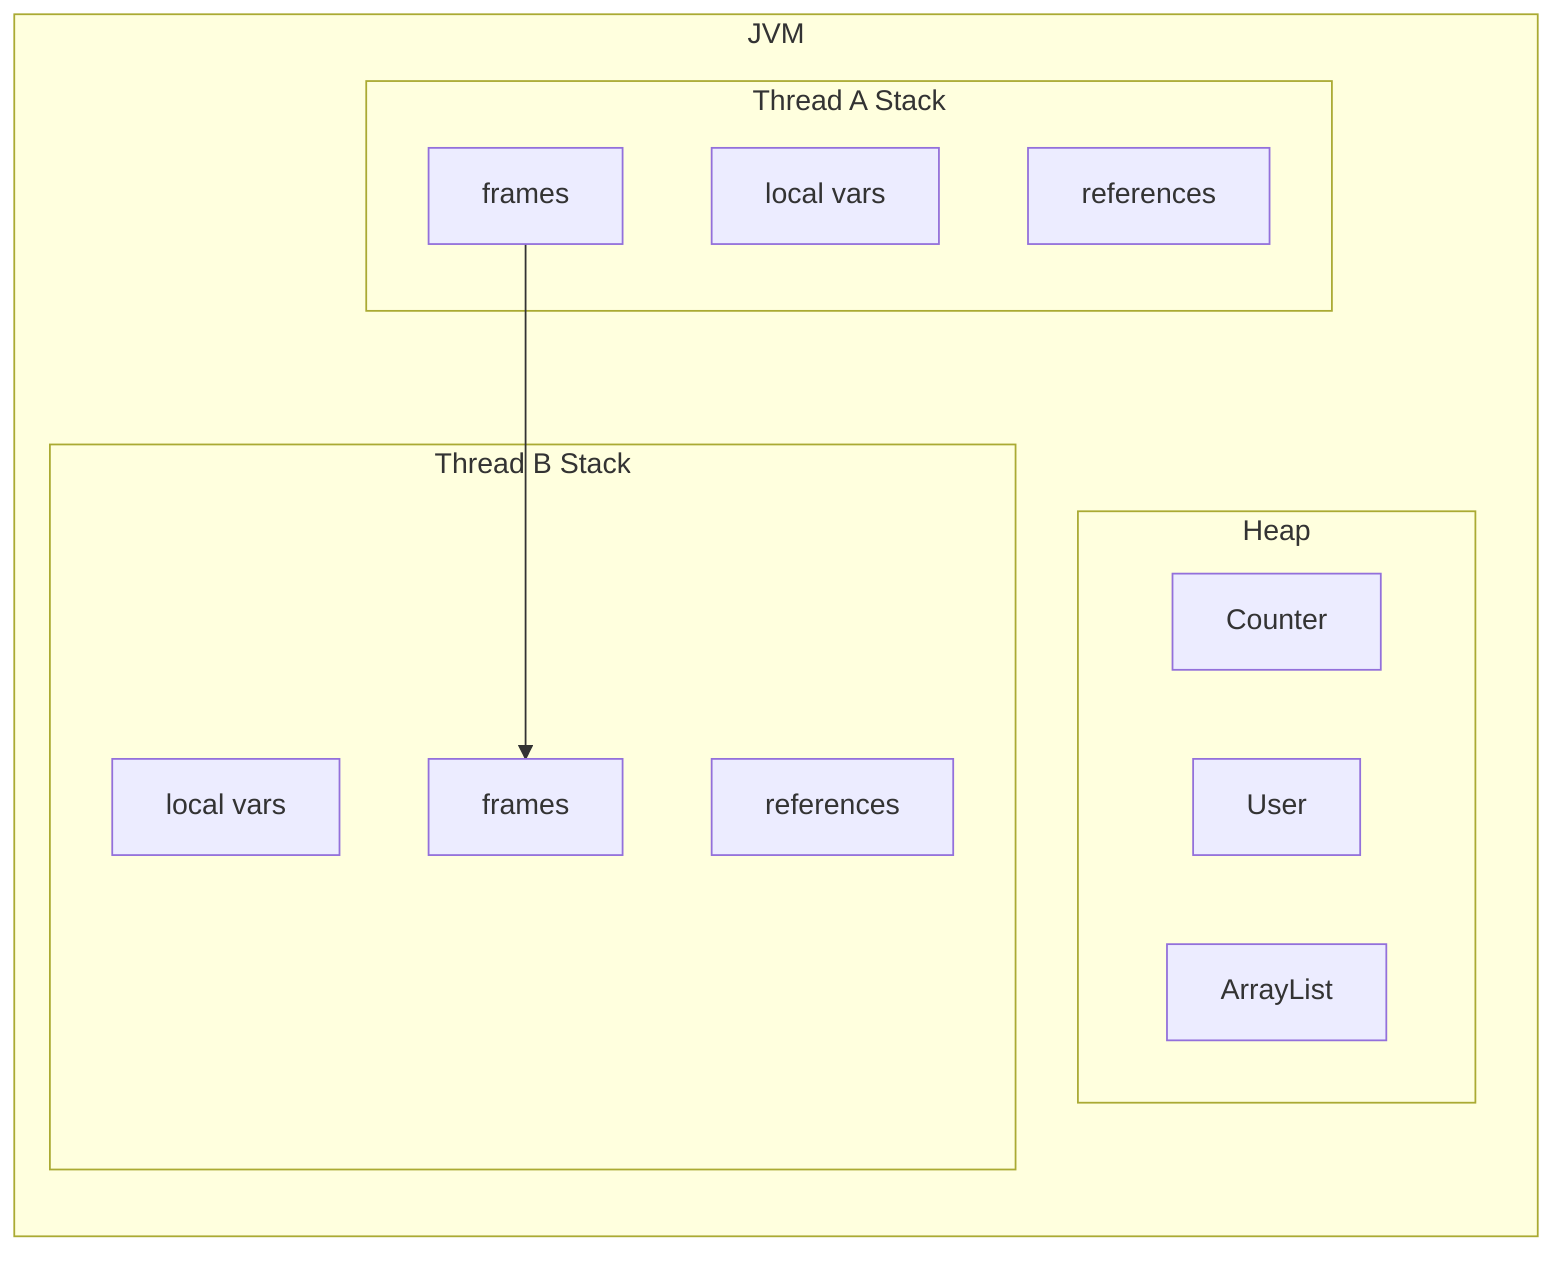
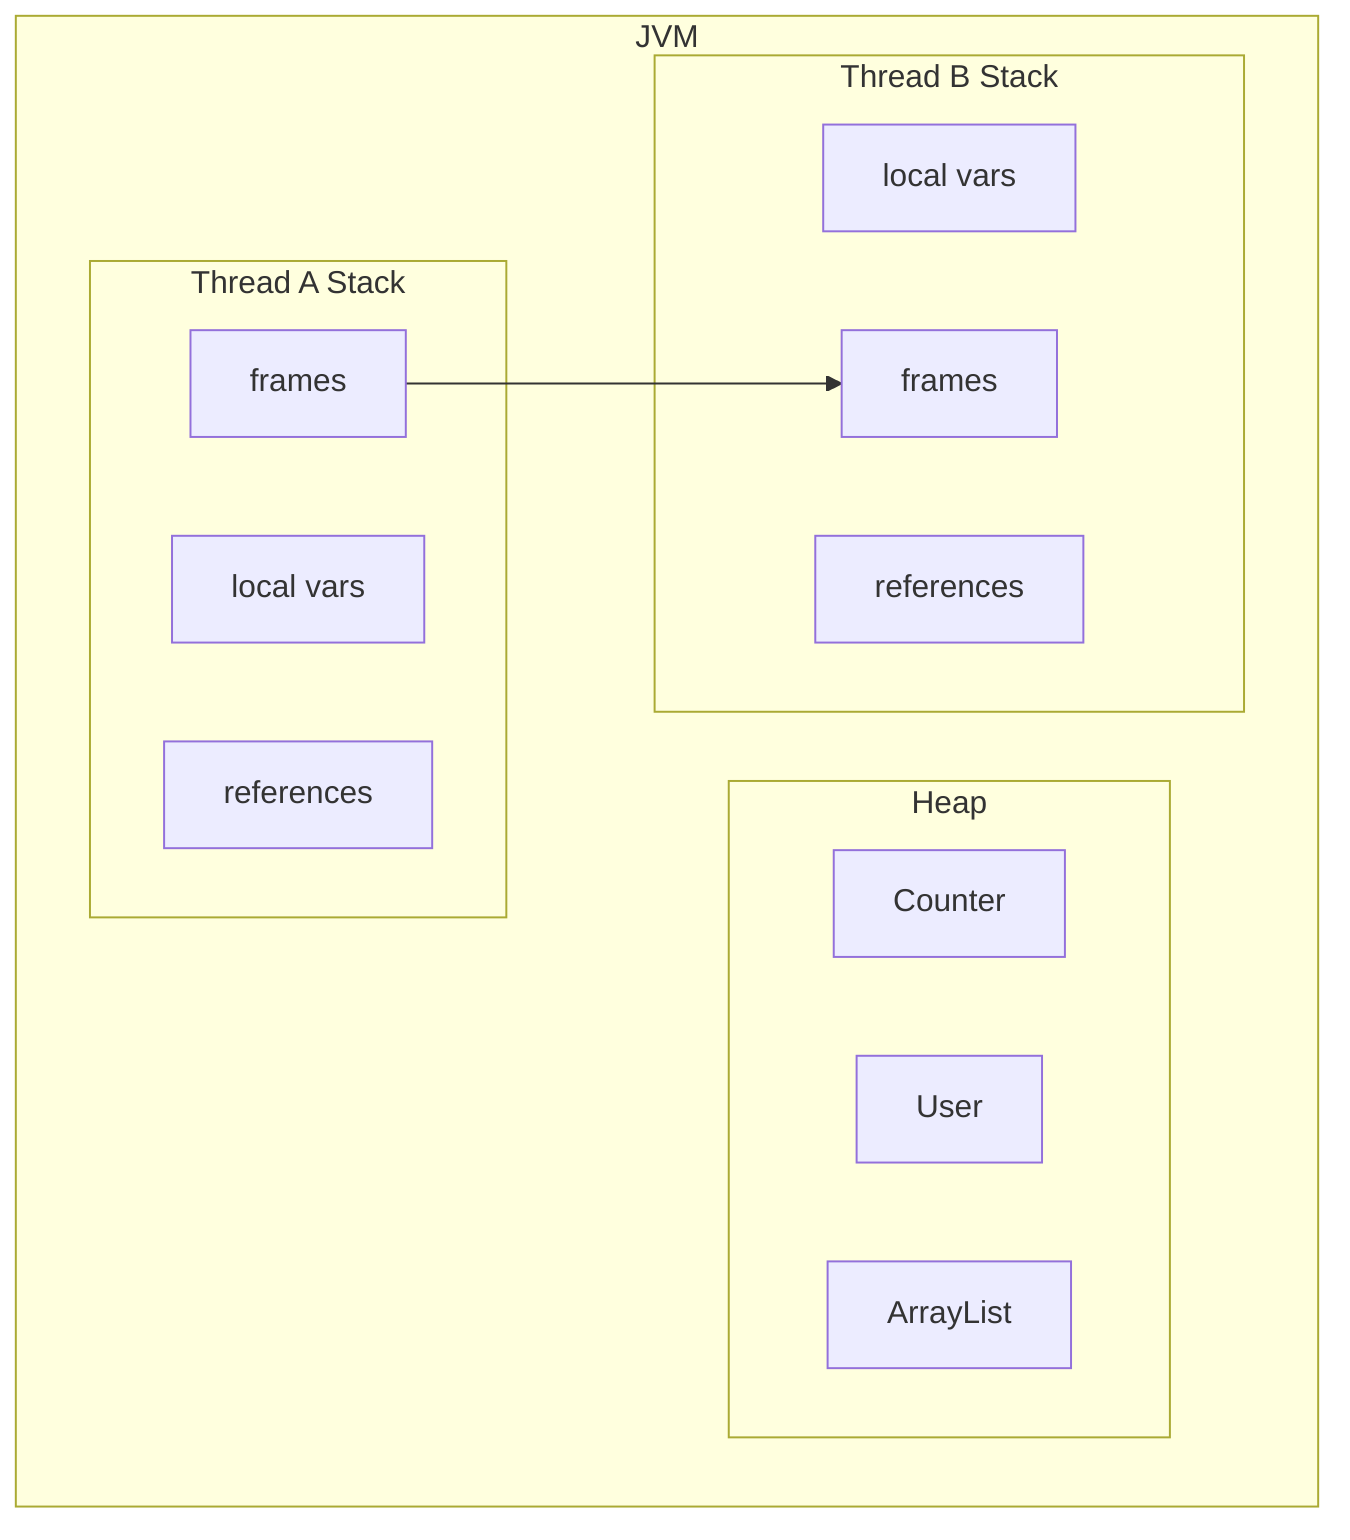
graph LR
    subgraph JVM
+         direction LR
        subgraph Heap
+             direction LR
            Counter
            User
            ArrayList
        end
        subgraph Thread_A[Thread A Stack]
            local_a[local vars]
            refs_a[references]
            frames_a[frames]
        end
        subgraph Thread_B[Thread B Stack]
            local_b[local vars]
            refs_b[references]
            frames_b[frames]
        end
    end    frames_a --> frames_b